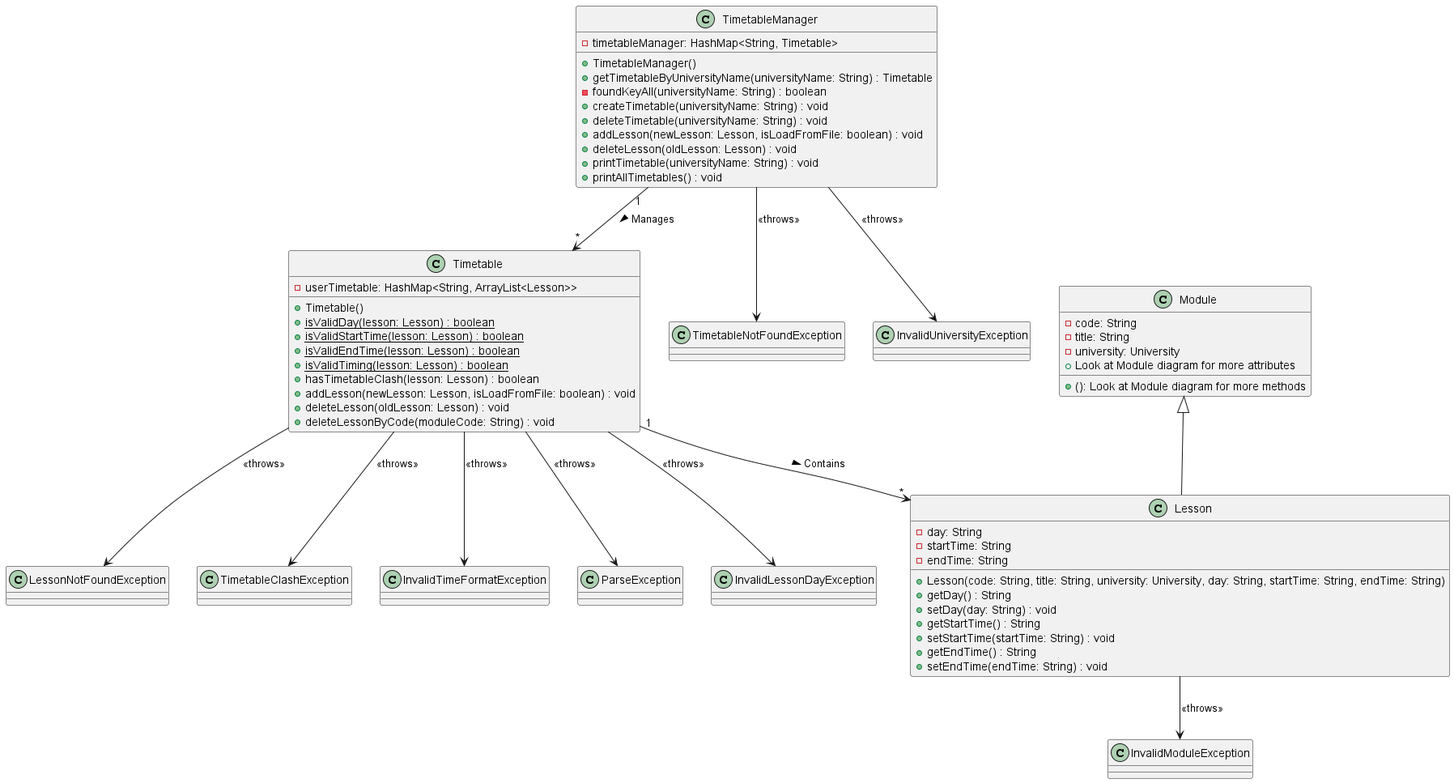
Earlier version of the PlantUML export docs/images/Timetable_Class.png (nus-cs2113-AY2223S1/tp).
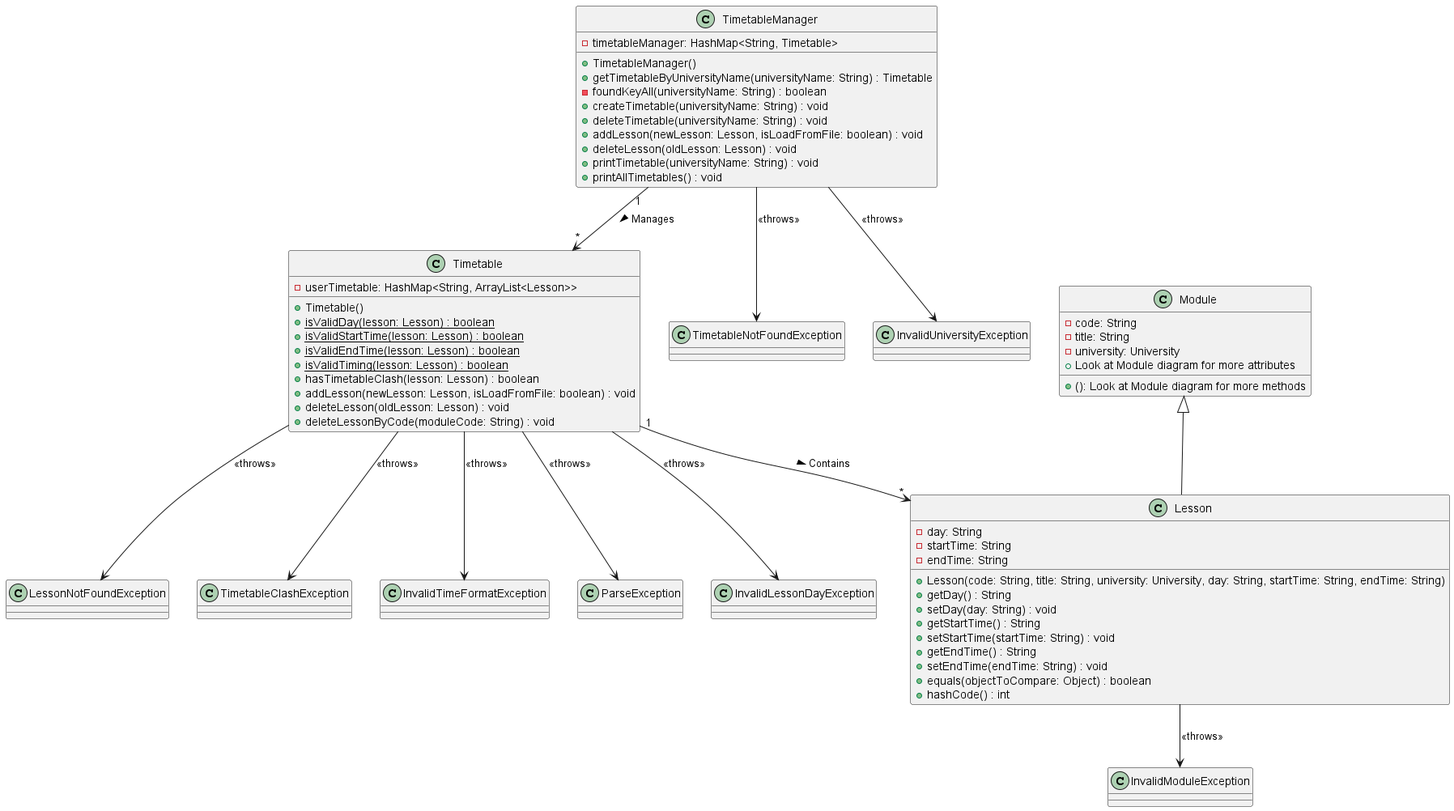
The same file after the commit.

Commit message:
Update Timetable diagram for Lesson class

The edit, as a diff of the source:
```diff
@@ -37,6 +37,8 @@
     + setStartTime(startTime: String) : void
     + getEndTime() : String
     + setEndTime(endTime: String) : void
+    + equals(objectToCompare: Object) : boolean
+    + hashCode() : int
 }
 
 class Module {
```
